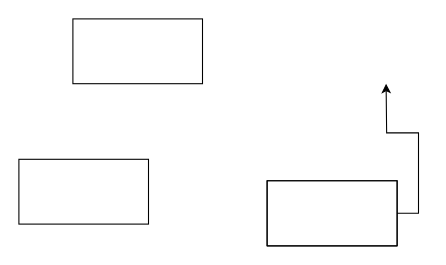
Sun1090/drawio keeps this draw.io diagram as 未命名绘图.drawio. Above is the earlier version. Source tidied: cells renumbered, new cells numbered last; positions are measured from the earlier drawing's top-left corner, leaving out a move shared by most shapes. Both pictures are drawn from the tidied source at 108%, with x=0, y=0 at pixel (18, 18).
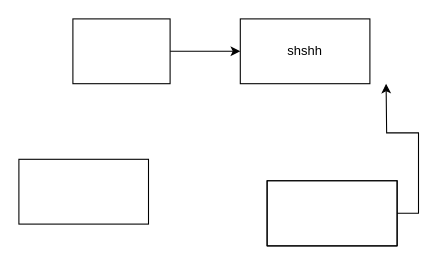
Above is the later version.

Change to the diagram source:
```diff
@@
 <mxGraphModel>
   <root>
     <mxCell id="0" />
     <mxCell id="1" parent="0" />
+    <mxCell id="9" style="edgeStyle=orthogonalEdgeStyle;rounded=0;jettySize=auto;html=1;" parent="1" edge="1" source="2" target="10">
+      <mxGeometry relative="1" as="geometry" />
+    </mxCell>
     <mxCell id="2" style="rounded=0;whiteSpace=wrap;html=1;" parent="1" vertex="1">
-      <mxGeometry x="50" width="120" height="60" as="geometry" />
+      <mxGeometry x="50" width="90" height="60" as="geometry" />
     </mxCell>
     <mxCell id="3" style="rounded=0;whiteSpace=wrap;html=1;" parent="1" vertex="1">
       <mxGeometry x="230" y="150" width="120" height="60" as="geometry" />
     </mxCell>
     <mxCell id="4" style="rounded=0;whiteSpace=wrap;html=1;" parent="1" vertex="1">
       <mxGeometry x="230" y="150" width="120" height="60" as="geometry" />
     </mxCell>
     <mxCell id="5" style="rounded=0;whiteSpace=wrap;html=1;" parent="1" vertex="1">
       <mxGeometry x="230" y="150" width="120" height="60" as="geometry" />
     </mxCell>
     <mxCell id="6" style="edgeStyle=orthogonalEdgeStyle;rounded=0;jettySize=auto;html=1;exitX=1;exitY=0.5;exitDx=0;exitDy=0;" parent="1" edge="1" source="7">
       <mxGeometry relative="1" as="geometry">
         <mxPoint x="340" y="60" as="targetPoint" />
       </mxGeometry>
     </mxCell>
     <mxCell id="7" style="rounded=0;whiteSpace=wrap;html=1;" parent="1" vertex="1">
       <mxGeometry x="230" y="150" width="120" height="60" as="geometry" />
     </mxCell>
     <mxCell id="8" style="rounded=0;whiteSpace=wrap;html=1;" parent="1" vertex="1">
       <mxGeometry y="130" width="120" height="60" as="geometry" />
     </mxCell>
+    <mxCell id="10" value="shshh" style="whiteSpace=wrap;html=1;rounded=0;" parent="1" vertex="1">
+      <mxGeometry x="205" width="120" height="60" as="geometry" />
+    </mxCell>
   </root>
 </mxGraphModel>
```
